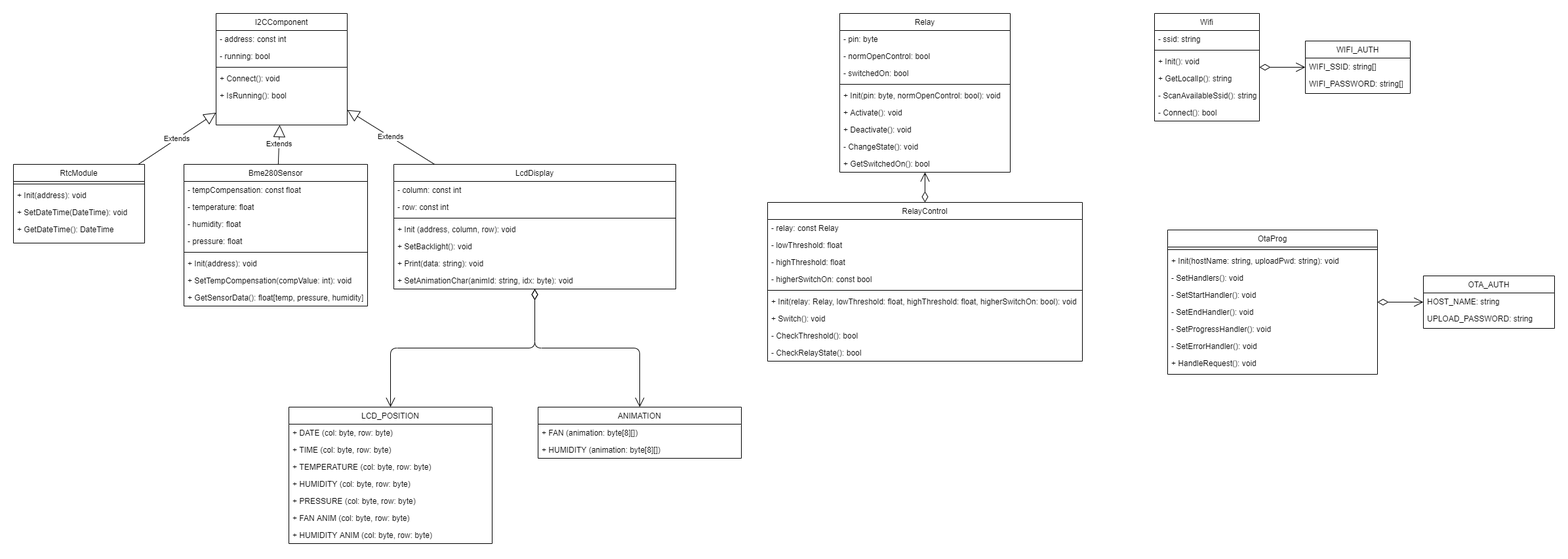
Earlier version of the draw.io export weather_station_uml.png (Vajaylm/home-weather-station). Source tidied: cells renumbered, new cells last; positions are measured from the earlier drawing's top-left corner, leaving out a move shared by most shapes.
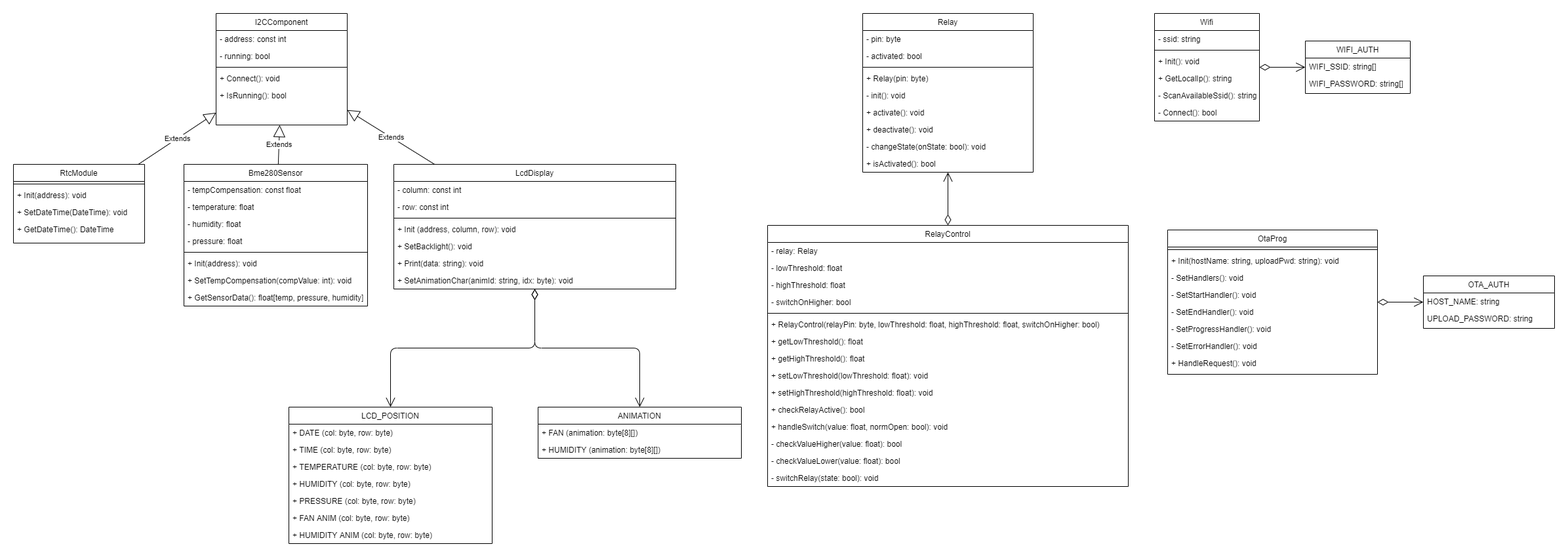
After the change.

Commit message:
Update UML diagram according to the implementation

Change to the diagram source:
```diff
@@ -24,33 +24,33 @@
       <mxGeometry y="138" width="160" height="26" as="geometry" />
     </mxCell>
     <mxCell id="9" value="Relay" style="swimlane;fontStyle=0;align=center;verticalAlign=top;horizontal=1;startSize=26;rounded=0;shadow=0;strokeWidth=1;" parent="1" vertex="1">
-      <mxGeometry x="1260" width="260" height="242" as="geometry" />
+      <mxGeometry x="1295" width="260" height="242" as="geometry" />
     </mxCell>
     <mxCell id="10" value="- pin: byte" style="text;align=left;verticalAlign=top;spacingLeft=4;spacingRight=4;overflow=hidden;" parent="9" vertex="1">
       <mxGeometry y="26" width="260" height="26" as="geometry" />
     </mxCell>
-    <mxCell id="11" value="- normOpenControl: bool" style="text;align=left;verticalAlign=top;spacingLeft=4;spacingRight=4;overflow=hidden;" parent="9" vertex="1">
-      <mxGeometry y="52" width="260" height="26" as="geometry" />
-    </mxCell>
-    <mxCell id="12" value="- switchedOn: bool" style="text;align=left;verticalAlign=top;spacingLeft=4;spacingRight=4;overflow=hidden;" parent="9" vertex="1">
-      <mxGeometry y="78" width="260" height="26" as="geometry" />
+    <mxCell id="12" value="- activated: bool" style="text;align=left;verticalAlign=top;spacingLeft=4;spacingRight=4;overflow=hidden;" parent="9" vertex="1">
+      <mxGeometry y="52" width="260" height="26" as="geometry" />
     </mxCell>
     <mxCell id="13" style="line;html=1;strokeWidth=1;align=left;verticalAlign=middle;spacingTop=-1;spacingLeft=3;spacingRight=3;labelPosition=right;" parent="9" vertex="1">
-      <mxGeometry y="104" width="260" height="8" as="geometry" />
+      <mxGeometry y="78" width="260" height="8" as="geometry" />
     </mxCell>
-    <mxCell id="14" value="+ Init(pin: byte, normOpenControl: bool): void" style="text;align=left;verticalAlign=top;spacingLeft=4;spacingRight=4;overflow=hidden;" parent="9" vertex="1">
-      <mxGeometry y="112" width="260" height="26" as="geometry" />
+    <mxCell id="14" value="+ Relay(pin: byte)" style="text;align=left;verticalAlign=top;spacingLeft=4;spacingRight=4;overflow=hidden;" parent="9" vertex="1">
+      <mxGeometry y="86" width="260" height="26" as="geometry" />
     </mxCell>
+    <mxCell id="91" value="- init(): void" style="text;align=left;verticalAlign=top;spacingLeft=4;spacingRight=4;overflow=hidden;" parent="9" vertex="1">
+      <mxGeometry y="112" width="260" height="26" as="geometry" />
+    </mxCell>
-    <mxCell id="15" value="+ Activate(): void" style="text;align=left;verticalAlign=top;spacingLeft=4;spacingRight=4;overflow=hidden;" parent="9" vertex="1">
+    <mxCell id="15" value="+ activate(): void" style="text;align=left;verticalAlign=top;spacingLeft=4;spacingRight=4;overflow=hidden;" parent="9" vertex="1">
       <mxGeometry y="138" width="260" height="26" as="geometry" />
     </mxCell>
-    <mxCell id="16" value="+ Deactivate(): void" style="text;align=left;verticalAlign=top;spacingLeft=4;spacingRight=4;overflow=hidden;" parent="9" vertex="1">
+    <mxCell id="16" value="+ deactivate(): void" style="text;align=left;verticalAlign=top;spacingLeft=4;spacingRight=4;overflow=hidden;" parent="9" vertex="1">
       <mxGeometry y="164" width="260" height="26" as="geometry" />
     </mxCell>
-    <mxCell id="17" value="- ChangeState(): void" style="text;align=left;verticalAlign=top;spacingLeft=4;spacingRight=4;overflow=hidden;" parent="9" vertex="1">
+    <mxCell id="17" value="- changeState(onState: bool): void" style="text;align=left;verticalAlign=top;spacingLeft=4;spacingRight=4;overflow=hidden;" parent="9" vertex="1">
       <mxGeometry y="190" width="260" height="26" as="geometry" />
     </mxCell>
-    <mxCell id="18" value="+ GetSwitchedOn(): bool" style="text;align=left;verticalAlign=top;spacingLeft=4;spacingRight=4;overflow=hidden;" parent="9" vertex="1">
+    <mxCell id="18" value="+ isActivated(): bool" style="text;align=left;verticalAlign=top;spacingLeft=4;spacingRight=4;overflow=hidden;" parent="9" vertex="1">
       <mxGeometry y="216" width="260" height="26" as="geometry" />
     </mxCell>
     <mxCell id="19" value="OtaProg" style="swimlane;fontStyle=0;align=center;verticalAlign=top;horizontal=1;startSize=26;rounded=0;shadow=0;strokeWidth=1;" parent="1" vertex="1">
@@ -207,35 +207,53 @@
       <mxGeometry y="182" width="310" height="26" as="geometry" />
     </mxCell>
     <mxCell id="70" value="RelayControl" style="swimlane;fontStyle=0;align=center;verticalAlign=top;horizontal=1;startSize=26;rounded=0;shadow=0;strokeWidth=1;" parent="1" vertex="1">
-      <mxGeometry x="1150" y="288" width="480" height="242" as="geometry" />
+      <mxGeometry x="1150" y="323" width="550" height="398" as="geometry" />
     </mxCell>
-    <mxCell id="71" value="- relay: const Relay" style="text;align=left;verticalAlign=top;spacingLeft=4;spacingRight=4;overflow=hidden;" parent="70" vertex="1">
-      <mxGeometry y="26" width="480" height="26" as="geometry" />
+    <mxCell id="71" value="- relay: Relay" style="text;align=left;verticalAlign=top;spacingLeft=4;spacingRight=4;overflow=hidden;" parent="70" vertex="1">
+      <mxGeometry y="26" width="550" height="26" as="geometry" />
     </mxCell>
     <mxCell id="72" value="- lowThreshold: float" style="text;align=left;verticalAlign=top;spacingLeft=4;spacingRight=4;overflow=hidden;" parent="70" vertex="1">
-      <mxGeometry y="52" width="480" height="26" as="geometry" />
+      <mxGeometry y="52" width="550" height="26" as="geometry" />
     </mxCell>
     <mxCell id="73" value="- highThreshold: float" style="text;align=left;verticalAlign=top;spacingLeft=4;spacingRight=4;overflow=hidden;" parent="70" vertex="1">
-      <mxGeometry y="78" width="480" height="26" as="geometry" />
+      <mxGeometry y="78" width="550" height="26" as="geometry" />
     </mxCell>
-    <mxCell id="74" value="- higherSwitchOn: const bool" style="text;align=left;verticalAlign=top;spacingLeft=4;spacingRight=4;overflow=hidden;" parent="70" vertex="1">
-      <mxGeometry y="104" width="480" height="26" as="geometry" />
+    <mxCell id="74" value="- switchOnHigher: bool" style="text;align=left;verticalAlign=top;spacingLeft=4;spacingRight=4;overflow=hidden;" parent="70" vertex="1">
+      <mxGeometry y="104" width="550" height="26" as="geometry" />
     </mxCell>
     <mxCell id="75" style="line;html=1;strokeWidth=1;align=left;verticalAlign=middle;spacingTop=-1;spacingLeft=3;spacingRight=3;labelPosition=right;" parent="70" vertex="1">
-      <mxGeometry y="130" width="480" height="8" as="geometry" />
+      <mxGeometry y="130" width="550" height="8" as="geometry" />
     </mxCell>
-    <mxCell id="76" value="+ Init(relay: Relay, lowThreshold: float, highThreshold: float, higherSwitchOn: bool): void" style="text;align=left;verticalAlign=top;spacingLeft=4;spacingRight=4;overflow=hidden;" parent="70" vertex="1">
-      <mxGeometry y="138" width="480" height="26" as="geometry" />
+    <mxCell id="76" value="+ RelayControl(relayPin: byte, lowThreshold: float, highThreshold: float, switchOnHigher: bool)" style="text;align=left;verticalAlign=top;spacingLeft=4;spacingRight=4;overflow=hidden;" parent="70" vertex="1">
+      <mxGeometry y="138" width="550" height="26" as="geometry" />
     </mxCell>
+    <mxCell id="92" value="+ getLowThreshold(): float" style="text;align=left;verticalAlign=top;spacingLeft=4;spacingRight=4;overflow=hidden;" parent="70" vertex="1">
+      <mxGeometry y="164" width="550" height="26" as="geometry" />
+    </mxCell>
+    <mxCell id="93" value="+ getHighThreshold(): float" style="text;align=left;verticalAlign=top;spacingLeft=4;spacingRight=4;overflow=hidden;" parent="70" vertex="1">
+      <mxGeometry y="190" width="550" height="26" as="geometry" />
+    </mxCell>
+    <mxCell id="94" value="+ setLowThreshold(lowThreshold: float): void" style="text;align=left;verticalAlign=top;spacingLeft=4;spacingRight=4;overflow=hidden;" parent="70" vertex="1">
+      <mxGeometry y="216" width="550" height="26" as="geometry" />
+    </mxCell>
+    <mxCell id="95" value="+ setHighThreshold(highThreshold: float): void" style="text;align=left;verticalAlign=top;spacingLeft=4;spacingRight=4;overflow=hidden;" parent="70" vertex="1">
+      <mxGeometry y="242" width="550" height="26" as="geometry" />
+    </mxCell>
+    <mxCell id="79" value="+ checkRelayActive(): bool" style="text;align=left;verticalAlign=top;spacingLeft=4;spacingRight=4;overflow=hidden;" parent="70" vertex="1">
+      <mxGeometry y="268" width="550" height="26" as="geometry" />
+    </mxCell>
+    <mxCell id="96" value="+ handleSwitch(value: float, normOpen: bool): void" style="text;align=left;verticalAlign=top;spacingLeft=4;spacingRight=4;overflow=hidden;" parent="70" vertex="1">
+      <mxGeometry y="294" width="550" height="26" as="geometry" />
+    </mxCell>
+    <mxCell id="97" value="- checkValueHigher(value: float): bool" style="text;align=left;verticalAlign=top;spacingLeft=4;spacingRight=4;overflow=hidden;" parent="70" vertex="1">
+      <mxGeometry y="320" width="550" height="26" as="geometry" />
+    </mxCell>
+    <mxCell id="98" value="- checkValueLower(value: float): bool" style="text;align=left;verticalAlign=top;spacingLeft=4;spacingRight=4;overflow=hidden;" parent="70" vertex="1">
+      <mxGeometry y="346" width="550" height="26" as="geometry" />
+    </mxCell>
-    <mxCell id="77" value="+ Switch(): void" style="text;align=left;verticalAlign=top;spacingLeft=4;spacingRight=4;overflow=hidden;" parent="70" vertex="1">
-      <mxGeometry y="164" width="480" height="26" as="geometry" />
+    <mxCell id="77" value="- switchRelay(state: bool): void" style="text;align=left;verticalAlign=top;spacingLeft=4;spacingRight=4;overflow=hidden;" parent="70" vertex="1">
+      <mxGeometry y="372" width="550" height="26" as="geometry" />
     </mxCell>
-    <mxCell id="78" value="- CheckThreshold(): bool" style="text;align=left;verticalAlign=top;spacingLeft=4;spacingRight=4;overflow=hidden;" parent="70" vertex="1">
-      <mxGeometry y="190" width="480" height="26" as="geometry" />
-    </mxCell>
-    <mxCell id="79" value="- CheckRelayState(): bool" style="text;align=left;verticalAlign=top;spacingLeft=4;spacingRight=4;overflow=hidden;" parent="70" vertex="1">
-      <mxGeometry y="216" width="480" height="26" as="geometry" />
-    </mxCell>
     <mxCell id="80" style="endArrow=open;html=1;endSize=12;startArrow=diamondThin;startSize=14;startFill=0;edgeStyle=orthogonalEdgeStyle;align=left;verticalAlign=bottom;" parent="1" edge="1" source="70" target="9">
       <mxGeometry x="0.27" y="-9" relative="1" as="geometry" />
     </mxCell>
```
